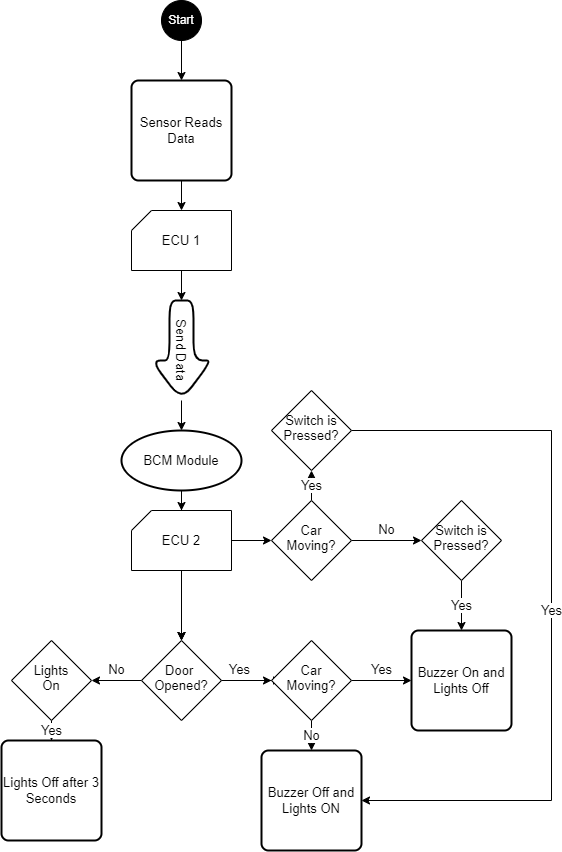
Before: Block_Diagram.png, a diagram exported from draw.io (mbadr12/Automotive_Door_Control_System). Source tidied: cells renumbered, new cells last; positions are measured from the earlier drawing's top-left corner, leaving out a move shared by most shapes. Its diagram source:
```xml
<mxGraphModel>
  <root>
    <mxCell id="0" />
    <mxCell id="1" parent="0" />
    <mxCell id="2" style="edgeStyle=orthogonalEdgeStyle;rounded=0;jettySize=auto;html=1;fontSize=13;fontColor=#000000;" parent="1" edge="1" source="3" target="14">
      <mxGeometry relative="1" as="geometry" />
    </mxCell>
    <mxCell id="3" value="&lt;font color=&quot;#ffffff&quot;&gt;Start&lt;/font&gt;" style="ellipse;whiteSpace=wrap;html=1;fillColor=#000000;" parent="1" vertex="1">
      <mxGeometry x="160" width="40" height="40" as="geometry" />
    </mxCell>
    <mxCell id="4" style="edgeStyle=orthogonalEdgeStyle;rounded=0;jettySize=auto;html=1;fontSize=13;fontColor=#000000;" parent="1" edge="1" source="5" target="16">
      <mxGeometry relative="1" as="geometry" />
    </mxCell>
    <mxCell id="5" value="Send Data" style="shape=singleArrow;whiteSpace=wrap;html=1;arrowWidth=0.4;arrowSize=0.4;fontSize=13;fillColor=#FFFFFF;rounded=1;arcSize=36;strokeWidth=2;rotation=90;" parent="1" vertex="1">
      <mxGeometry x="130" y="320" width="100" height="60" as="geometry" />
    </mxCell>
    <mxCell id="6" style="edgeStyle=orthogonalEdgeStyle;rounded=0;jettySize=auto;html=1;fontSize=13;fontColor=#000000;" parent="1" edge="1" source="10" target="20">
      <mxGeometry relative="1" as="geometry" />
    </mxCell>
    <mxCell id="7" style="edgeStyle=orthogonalEdgeStyle;rounded=0;jettySize=auto;html=1;fontSize=13;fontColor=#000000;" parent="1" edge="1" source="10" target="20">
      <mxGeometry relative="1" as="geometry" />
    </mxCell>
    <mxCell id="8" style="edgeStyle=orthogonalEdgeStyle;rounded=0;jettySize=auto;html=1;fontSize=13;fontColor=#000000;" parent="1" edge="1" source="10" target="20">
      <mxGeometry relative="1" as="geometry" />
    </mxCell>
    <mxCell id="9" style="edgeStyle=orthogonalEdgeStyle;rounded=0;jettySize=auto;html=1;fontSize=13;fontColor=#000000;" parent="1" edge="1" source="10" target="31">
      <mxGeometry relative="1" as="geometry" />
    </mxCell>
    <mxCell id="10" value="ECU 2" style="verticalLabelPosition=middle;verticalAlign=middle;html=1;shape=card;whiteSpace=wrap;size=20;arcSize=12;fontSize=13;fontColor=#000000;fillColor=#FFFFFF;labelPosition=center;align=center;" parent="1" vertex="1">
      <mxGeometry x="130" y="510" width="100" height="60" as="geometry" />
    </mxCell>
    <mxCell id="11" style="edgeStyle=orthogonalEdgeStyle;rounded=0;jettySize=auto;html=1;fontSize=13;fontColor=#000000;" parent="1" edge="1" source="12" target="5">
      <mxGeometry relative="1" as="geometry" />
    </mxCell>
    <mxCell id="12" value="ECU 1" style="verticalLabelPosition=middle;verticalAlign=middle;html=1;shape=card;whiteSpace=wrap;size=20;arcSize=12;fontSize=13;fontColor=#000000;fillColor=#FFFFFF;labelPosition=center;align=center;" parent="1" vertex="1">
      <mxGeometry x="130" y="210" width="100" height="60" as="geometry" />
    </mxCell>
    <mxCell id="13" style="edgeStyle=orthogonalEdgeStyle;rounded=0;jettySize=auto;html=1;fontSize=13;fontColor=#000000;" parent="1" edge="1" source="14" target="12">
      <mxGeometry relative="1" as="geometry" />
    </mxCell>
    <mxCell id="14" value="Sensor Reads Data" style="rounded=1;whiteSpace=wrap;html=1;absoluteArcSize=1;arcSize=14;strokeWidth=2;fontSize=13;fontColor=#000000;fillColor=#FFFFFF;" parent="1" vertex="1">
      <mxGeometry x="130" y="80" width="100" height="100" as="geometry" />
    </mxCell>
    <mxCell id="15" style="edgeStyle=orthogonalEdgeStyle;rounded=0;jettySize=auto;html=1;fontSize=13;fontColor=#000000;" parent="1" edge="1" source="16" target="10">
      <mxGeometry relative="1" as="geometry" />
    </mxCell>
    <mxCell id="16" value="BCM Module" style="ellipse;whiteSpace=wrap;html=1;fontSize=13;fillColor=#FFFFFF;rounded=1;arcSize=36;strokeWidth=2;" parent="1" vertex="1">
      <mxGeometry x="120" y="430" width="120" height="60" as="geometry" />
    </mxCell>
    <mxCell id="17" style="edgeStyle=orthogonalEdgeStyle;rounded=0;jettySize=auto;html=1;fontSize=13;fontColor=#000000;" parent="1" edge="1" source="20" target="23">
      <mxGeometry relative="1" as="geometry" />
    </mxCell>
    <mxCell id="18" value="Yes" style="edgeStyle=orthogonalEdgeStyle;rounded=0;jettySize=auto;html=1;fontSize=13;fontColor=#000000;labelPosition=left;verticalLabelPosition=top;align=right;verticalAlign=bottom;" parent="1" edge="1" source="20">
      <mxGeometry relative="1" as="geometry">
        <mxPoint x="280" y="680" as="targetPoint" />
      </mxGeometry>
    </mxCell>
    <mxCell id="19" value="No" style="edgeStyle=orthogonalEdgeStyle;rounded=0;jettySize=auto;html=1;fontSize=13;fontColor=#000000;labelPosition=center;verticalLabelPosition=top;align=center;verticalAlign=bottom;" parent="1" edge="1" source="20" target="27">
      <mxGeometry relative="1" as="geometry" />
    </mxCell>
    <mxCell id="20" value="&lt;br&gt;Door&amp;nbsp;&lt;br&gt;Opened?" style="rhombus;whiteSpace=wrap;html=1;fontSize=13;verticalAlign=top;fillColor=#FFFFFF;fontColor=#000000;arcSize=12;" parent="1" vertex="1">
      <mxGeometry x="140" y="640" width="80" height="80" as="geometry" />
    </mxCell>
    <mxCell id="21" value="Yes" style="edgeStyle=orthogonalEdgeStyle;rounded=0;jettySize=auto;html=1;fontSize=13;fontColor=#000000;labelPosition=center;verticalLabelPosition=top;align=center;verticalAlign=bottom;" parent="1" edge="1" source="23" target="24">
      <mxGeometry relative="1" as="geometry" />
    </mxCell>
    <mxCell id="22" value="No" style="edgeStyle=orthogonalEdgeStyle;rounded=0;jettySize=auto;html=1;fontSize=13;fontColor=#000000;" parent="1" edge="1" source="23" target="25">
      <mxGeometry relative="1" as="geometry" />
    </mxCell>
    <mxCell id="23" value="&lt;br&gt;Car&lt;br&gt;Moving?" style="rhombus;whiteSpace=wrap;html=1;fontSize=13;verticalAlign=top;fillColor=#FFFFFF;fontColor=#000000;arcSize=12;" parent="1" vertex="1">
      <mxGeometry x="270" y="640" width="80" height="80" as="geometry" />
    </mxCell>
    <mxCell id="24" value="Buzzer On and Lights Off" style="rounded=1;whiteSpace=wrap;html=1;absoluteArcSize=1;arcSize=14;strokeWidth=2;fontSize=13;fontColor=#000000;fillColor=#FFFFFF;" parent="1" vertex="1">
      <mxGeometry x="410" y="630" width="100" height="100" as="geometry" />
    </mxCell>
    <mxCell id="25" value="Buzzer Off and Lights ON" style="rounded=1;whiteSpace=wrap;html=1;absoluteArcSize=1;arcSize=14;strokeWidth=2;fontSize=13;fontColor=#000000;fillColor=#FFFFFF;" parent="1" vertex="1">
      <mxGeometry x="260" y="750" width="100" height="100" as="geometry" />
    </mxCell>
    <mxCell id="26" value="Yes" style="edgeStyle=orthogonalEdgeStyle;rounded=0;jettySize=auto;html=1;fontSize=13;fontColor=#000000;" parent="1" edge="1" source="27" target="28">
      <mxGeometry relative="1" as="geometry" />
    </mxCell>
    <mxCell id="27" value="&lt;br&gt;Lights&lt;br&gt;On" style="rhombus;whiteSpace=wrap;html=1;fontSize=13;verticalAlign=top;fillColor=#FFFFFF;fontColor=#000000;arcSize=12;" parent="1" vertex="1">
      <mxGeometry x="10" y="640" width="80" height="80" as="geometry" />
    </mxCell>
    <mxCell id="28" value="Lights Off after 3 Seconds" style="rounded=1;whiteSpace=wrap;html=1;absoluteArcSize=1;arcSize=14;strokeWidth=2;fontSize=13;fontColor=#000000;fillColor=#FFFFFF;" parent="1" vertex="1">
      <mxGeometry y="740" width="100" height="100" as="geometry" />
    </mxCell>
    <mxCell id="29" value="No" style="edgeStyle=orthogonalEdgeStyle;rounded=0;jettySize=auto;html=1;fontSize=13;fontColor=#000000;labelPosition=center;verticalLabelPosition=top;align=center;verticalAlign=bottom;" parent="1" edge="1" source="31" target="33">
      <mxGeometry relative="1" as="geometry" />
    </mxCell>
    <mxCell id="30" value="Yes" style="edgeStyle=orthogonalEdgeStyle;rounded=0;jettySize=auto;html=1;fontSize=13;fontColor=#000000;" parent="1" edge="1" source="31" target="35">
      <mxGeometry relative="1" as="geometry" />
    </mxCell>
    <mxCell id="31" value="&lt;br&gt;Car&lt;br&gt;Moving?" style="rhombus;whiteSpace=wrap;html=1;fontSize=13;verticalAlign=top;fillColor=#FFFFFF;fontColor=#000000;arcSize=12;" parent="1" vertex="1">
      <mxGeometry x="270" y="500" width="80" height="80" as="geometry" />
    </mxCell>
    <mxCell id="32" value="Yes" style="edgeStyle=orthogonalEdgeStyle;rounded=0;jettySize=auto;html=1;fontSize=13;fontColor=#000000;" parent="1" edge="1" source="33" target="24">
      <mxGeometry relative="1" as="geometry" />
    </mxCell>
    <mxCell id="33" value="&lt;br&gt;Switch is Pressed?" style="rhombus;whiteSpace=wrap;html=1;fontSize=13;verticalAlign=top;fillColor=#FFFFFF;fontColor=#000000;arcSize=12;" parent="1" vertex="1">
      <mxGeometry x="420" y="500" width="80" height="80" as="geometry" />
    </mxCell>
    <mxCell id="34" value="Yes" style="edgeStyle=orthogonalEdgeStyle;rounded=0;jettySize=auto;html=1;fontSize=13;fontColor=#000000;" parent="1" edge="1" source="35" target="25">
      <mxGeometry relative="1" as="geometry">
        <Array as="points">
          <mxPoint x="550" y="430" />
          <mxPoint x="550" y="800" />
        </Array>
      </mxGeometry>
    </mxCell>
    <mxCell id="35" value="&lt;br&gt;Switch is Pressed?" style="rhombus;whiteSpace=wrap;html=1;fontSize=13;verticalAlign=top;fillColor=#FFFFFF;fontColor=#000000;arcSize=12;" parent="1" vertex="1">
      <mxGeometry x="270" y="390" width="80" height="80" as="geometry" />
    </mxCell>
  </root>
</mxGraphModel>
```
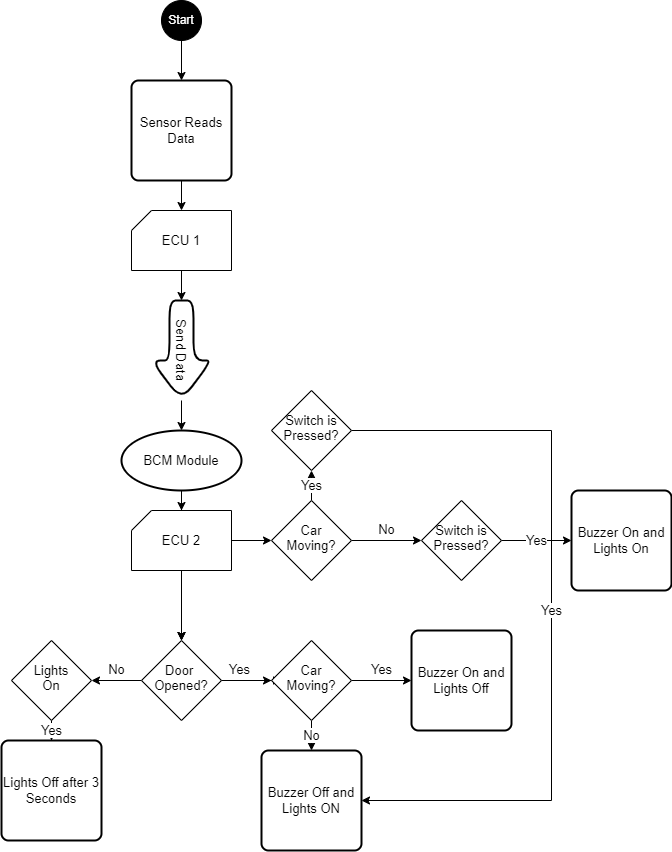
After the commit.

The edit, as a diff of the source:
```diff
@@ -94,7 +94,7 @@
     <mxCell id="31" value="&lt;br&gt;Car&lt;br&gt;Moving?" style="rhombus;whiteSpace=wrap;html=1;fontSize=13;verticalAlign=top;fillColor=#FFFFFF;fontColor=#000000;arcSize=12;" parent="1" vertex="1">
       <mxGeometry x="270" y="500" width="80" height="80" as="geometry" />
     </mxCell>
-    <mxCell id="32" value="Yes" style="edgeStyle=orthogonalEdgeStyle;rounded=0;jettySize=auto;html=1;fontSize=13;fontColor=#000000;" parent="1" edge="1" source="33" target="24">
+    <mxCell id="32" value="&lt;font style=&quot;font-size: 13px;&quot;&gt;Yes&lt;/font&gt;" style="edgeStyle=orthogonalEdgeStyle;rounded=0;jettySize=auto;html=1;" parent="1" edge="1" source="33" target="36">
       <mxGeometry relative="1" as="geometry" />
     </mxCell>
     <mxCell id="33" value="&lt;br&gt;Switch is Pressed?" style="rhombus;whiteSpace=wrap;html=1;fontSize=13;verticalAlign=top;fillColor=#FFFFFF;fontColor=#000000;arcSize=12;" parent="1" vertex="1">
@@ -111,5 +111,8 @@
     <mxCell id="35" value="&lt;br&gt;Switch is Pressed?" style="rhombus;whiteSpace=wrap;html=1;fontSize=13;verticalAlign=top;fillColor=#FFFFFF;fontColor=#000000;arcSize=12;" parent="1" vertex="1">
       <mxGeometry x="270" y="390" width="80" height="80" as="geometry" />
     </mxCell>
+    <mxCell id="36" value="Buzzer On and Lights On" style="rounded=1;whiteSpace=wrap;html=1;absoluteArcSize=1;arcSize=14;strokeWidth=2;fontSize=13;fontColor=#000000;fillColor=#FFFFFF;" parent="1" vertex="1">
+      <mxGeometry x="570" y="490" width="100" height="100" as="geometry" />
+    </mxCell>
   </root>
 </mxGraphModel>
```
